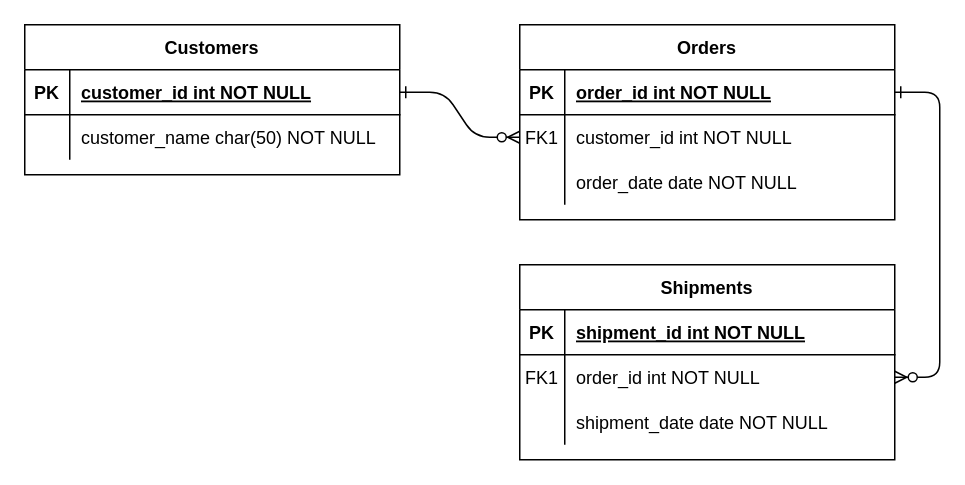
wescbro12/Unit-2-Honey-Do keeps this draw.io diagram as ERD.drawio. Above is the earlier version. Source tidied: cells renumbered, new cells numbered last; positions are measured from the earlier drawing's top-left corner, leaving out a move shared by most shapes. Both pictures are drawn from the tidied source at 150%, with x=0, y=0 at pixel (24, 24).
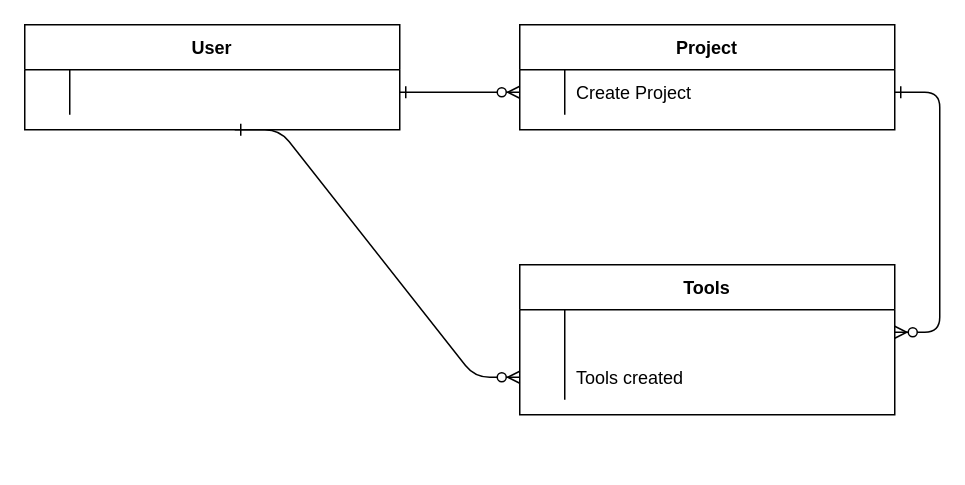
The same diagram, later.

Diff of the diagram source:
```diff
@@
-    <mxCell id="2" style="edgeStyle=entityRelationEdgeStyle;endArrow=ERzeroToMany;startArrow=ERone;endFill=1;startFill=0;" parent="1" edge="1" source="25" target="8">
-      <mxGeometry relative="1" as="geometry" />
+    <mxCell id="2" style="edgeStyle=entityRelationEdgeStyle;endArrow=ERzeroToMany;startArrow=ERone;endFill=1;startFill=0;" parent="1" edge="1" target="8">
+      <mxGeometry relative="1" as="geometry">
+        <mxPoint x="250" y="45" as="sourcePoint" />
+      </mxGeometry>
     </mxCell>
-    <mxCell id="3" style="edgeStyle=entityRelationEdgeStyle;endArrow=ERzeroToMany;startArrow=ERone;endFill=1;startFill=0;" parent="1" edge="1" source="5" target="18">
-      <mxGeometry relative="1" as="geometry" />
+    <mxCell id="3" style="edgeStyle=entityRelationEdgeStyle;endArrow=ERzeroToMany;startArrow=ERone;endFill=1;startFill=0;" parent="1" edge="1" target="18">
+      <mxGeometry relative="1" as="geometry">
+        <mxPoint x="580" y="45" as="sourcePoint" />
+      </mxGeometry>
     </mxCell>
-    <mxCell id="4" value="Orders" style="shape=table;startSize=30;childLayout=tableLayout;rowLines=0;fontStyle=1;align=center;" parent="1" vertex="1">
-      <mxGeometry x="330" width="250" height="130" as="geometry" />
+    <mxCell id="4" value="Project" style="shape=table;startSize=30;childLayout=tableLayout;rowLines=0;fontStyle=1;align=center;" parent="1" vertex="1">
+      <mxGeometry x="330" width="250" height="70" as="geometry" />
     </mxCell>
-    <mxCell id="5" style="shape=partialRectangle;fillColor=none;points=[[0,0.5],[1,0.5]];portConstraint=eastwest;top=0;left=0;right=0;bottom=1;" parent="4" vertex="1">
-      <mxGeometry y="30" width="250" height="30" as="geometry" />
-    </mxCell>
-    <mxCell id="6" value="PK" style="shape=partialRectangle;overflow=hidden;fillColor=none;top=0;left=0;bottom=0;right=0;fontStyle=1;" parent="5" vertex="1">
-      <mxGeometry width="30" height="30" as="geometry" />
-    </mxCell>
-    <mxCell id="7" value="order_id int NOT NULL " style="shape=partialRectangle;overflow=hidden;fillColor=none;top=0;left=0;bottom=0;right=0;align=left;spacingLeft=6;fontStyle=5;" parent="5" vertex="1">
-      <mxGeometry x="30" width="220" height="30" as="geometry" />
-    </mxCell>
     <mxCell id="8" style="shape=partialRectangle;fillColor=none;points=[[0,0.5],[1,0.5]];portConstraint=eastwest;top=0;left=0;right=0;bottom=0;" parent="4" vertex="1">
-      <mxGeometry y="60" width="250" height="30" as="geometry" />
+      <mxGeometry y="30" width="250" height="30" as="geometry" />
     </mxCell>
-    <mxCell id="9" value="FK1" style="shape=partialRectangle;overflow=hidden;fillColor=none;top=0;left=0;bottom=0;right=0;" parent="8" vertex="1">
+    <mxCell id="9" style="shape=partialRectangle;overflow=hidden;fillColor=none;top=0;left=0;bottom=0;right=0;" parent="8" vertex="1">
       <mxGeometry width="30" height="30" as="geometry" />
     </mxCell>
-    <mxCell id="10" value="customer_id int NOT NULL" style="shape=partialRectangle;overflow=hidden;fillColor=none;top=0;left=0;bottom=0;right=0;align=left;spacingLeft=6;" parent="8" vertex="1">
+    <mxCell id="10" value="Create Project" style="shape=partialRectangle;overflow=hidden;fillColor=none;top=0;left=0;bottom=0;right=0;align=left;spacingLeft=6;" parent="8" vertex="1">
       <mxGeometry x="30" width="220" height="30" as="geometry" />
     </mxCell>
-    <mxCell id="11" style="shape=partialRectangle;fillColor=none;top=0;left=0;right=0;bottom=0;" parent="4" vertex="1">
-      <mxGeometry y="90" width="250" height="30" as="geometry" />
-    </mxCell>
-    <mxCell id="12" style="shape=partialRectangle;overflow=hidden;fillColor=none;top=0;left=0;bottom=0;right=0;" parent="11" vertex="1">
-      <mxGeometry width="30" height="30" as="geometry" />
-    </mxCell>
-    <mxCell id="13" value="order_date date NOT NULL" style="shape=partialRectangle;overflow=hidden;fillColor=none;top=0;left=0;bottom=0;right=0;align=left;spacingLeft=6;" parent="11" vertex="1">
-      <mxGeometry x="30" width="220" height="30" as="geometry" />
-    </mxCell>
-    <mxCell id="14" value="Shipments" style="shape=table;startSize=30;childLayout=tableLayout;rowLines=0;fontStyle=1;align=center;" parent="1" vertex="1">
-      <mxGeometry x="330" y="160" width="250" height="130" as="geometry" />
+    <mxCell id="14" value="Tools" style="shape=table;startSize=30;childLayout=tableLayout;rowLines=0;fontStyle=1;align=center;" parent="1" vertex="1">
+      <mxGeometry x="330" y="160" width="250" height="100" as="geometry" />
     </mxCell>
-    <mxCell id="15" style="shape=partialRectangle;fillColor=none;top=0;left=0;right=0;bottom=1;" parent="14" vertex="1">
-      <mxGeometry y="30" width="250" height="30" as="geometry" />
-    </mxCell>
-    <mxCell id="16" value="PK" style="shape=partialRectangle;overflow=hidden;fillColor=none;top=0;left=0;bottom=0;right=0;fontStyle=1;" parent="15" vertex="1">
-      <mxGeometry width="30" height="30" as="geometry" />
-    </mxCell>
-    <mxCell id="17" value="shipment_id int NOT NULL " style="shape=partialRectangle;overflow=hidden;fillColor=none;top=0;left=0;bottom=0;right=0;align=left;spacingLeft=6;fontStyle=5;" parent="15" vertex="1">
-      <mxGeometry x="30" width="220" height="30" as="geometry" />
-    </mxCell>
     <mxCell id="18" style="shape=partialRectangle;fillColor=none;points=[[0,0.5],[1,0.5]];portConstraint=eastwest;top=0;left=0;right=0;bottom=0;" parent="14" vertex="1">
-      <mxGeometry y="60" width="250" height="30" as="geometry" />
+      <mxGeometry y="30" width="250" height="30" as="geometry" />
     </mxCell>
-    <mxCell id="19" value="FK1" style="shape=partialRectangle;overflow=hidden;fillColor=none;top=0;left=0;bottom=0;right=0;" parent="18" vertex="1">
+    <mxCell id="19" style="shape=partialRectangle;overflow=hidden;fillColor=none;top=0;left=0;bottom=0;right=0;" parent="18" vertex="1">
       <mxGeometry width="30" height="30" as="geometry" />
     </mxCell>
-    <mxCell id="20" value="order_id int NOT NULL" style="shape=partialRectangle;overflow=hidden;fillColor=none;top=0;left=0;bottom=0;right=0;align=left;spacingLeft=6;" parent="18" vertex="1">
+    <mxCell id="20" style="shape=partialRectangle;overflow=hidden;fillColor=none;top=0;left=0;bottom=0;right=0;align=left;spacingLeft=6;" parent="18" vertex="1">
       <mxGeometry x="30" width="220" height="30" as="geometry" />
     </mxCell>
     <mxCell id="21" style="shape=partialRectangle;fillColor=none;points=[[0,0.5],[1,0.5]];portConstraint=eastwest;top=0;left=0;right=0;bottom=0;" parent="14" vertex="1">
-      <mxGeometry y="90" width="250" height="30" as="geometry" />
+      <mxGeometry y="60" width="250" height="30" as="geometry" />
     </mxCell>
@@
-    <mxCell id="23" value="shipment_date date NOT NULL" style="shape=partialRectangle;overflow=hidden;fillColor=none;top=0;left=0;bottom=0;right=0;align=left;spacingLeft=6;" parent="21" vertex="1">
+    <mxCell id="23" value="Tools created" style="shape=partialRectangle;overflow=hidden;fillColor=none;top=0;left=0;bottom=0;right=0;align=left;spacingLeft=6;" parent="21" vertex="1">
       <mxGeometry x="30" width="220" height="30" as="geometry" />
     </mxCell>
-    <mxCell id="24" value="Customers" style="shape=table;startSize=30;childLayout=tableLayout;rowLines=0;fontStyle=1;align=center;" parent="1" vertex="1">
-      <mxGeometry width="250" height="100" as="geometry" />
+    <mxCell id="24" value="User" style="shape=table;startSize=30;childLayout=tableLayout;rowLines=0;fontStyle=1;align=center;" parent="1" vertex="1">
+      <mxGeometry width="250" height="70" as="geometry" />
     </mxCell>
-    <mxCell id="25" style="shape=partialRectangle;fillColor=none;points=[[0,0.5],[1,0.5]];portConstraint=eastwest;top=0;left=0;right=0;bottom=1;" parent="24" vertex="1">
-      <mxGeometry y="30" width="250" height="30" as="geometry" />
-    </mxCell>
-    <mxCell id="26" value="PK" style="shape=partialRectangle;overflow=hidden;fillColor=none;top=0;left=0;bottom=0;right=0;fontStyle=1;" parent="25" vertex="1">
-      <mxGeometry width="30" height="30" as="geometry" />
-    </mxCell>
-    <mxCell id="27" value="customer_id int NOT NULL " style="shape=partialRectangle;overflow=hidden;fillColor=none;top=0;left=0;bottom=0;right=0;align=left;spacingLeft=6;fontStyle=5;" parent="25" vertex="1">
-      <mxGeometry x="30" width="220" height="30" as="geometry" />
-    </mxCell>
     <mxCell id="28" style="shape=partialRectangle;fillColor=none;top=0;left=0;right=0;bottom=0;" parent="24" vertex="1">
-      <mxGeometry y="60" width="250" height="30" as="geometry" />
+      <mxGeometry y="30" width="250" height="30" as="geometry" />
     </mxCell>
@@
-    <mxCell id="30" value="customer_name char(50) NOT NULL" style="shape=partialRectangle;overflow=hidden;fillColor=none;top=0;left=0;bottom=0;right=0;align=left;spacingLeft=6;" parent="28" vertex="1">
+    <mxCell id="30" style="shape=partialRectangle;overflow=hidden;fillColor=none;top=0;left=0;bottom=0;right=0;align=left;spacingLeft=6;" parent="28" vertex="1">
       <mxGeometry x="30" width="220" height="30" as="geometry" />
     </mxCell>
+    <mxCell id="31" style="edgeStyle=entityRelationEdgeStyle;endArrow=ERzeroToMany;startArrow=ERone;endFill=1;startFill=0;entryX=0;entryY=0.5;entryDx=0;entryDy=0;" parent="1" edge="1" target="21">
+      <mxGeometry relative="1" as="geometry">
+        <mxPoint x="140" y="70" as="sourcePoint" />
+      </mxGeometry>
+    </mxCell>
```
